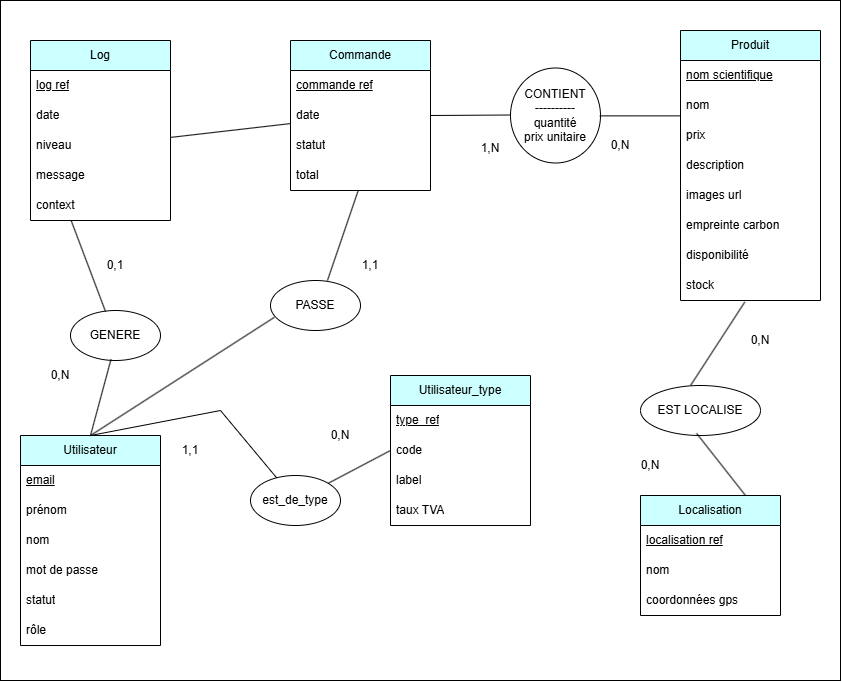
Before: documents/Apothéose/merise/mcd/MCD_GreenRoots.drawio.png, a diagram exported from draw.io (Salyarket/GreenRoots-Conception). Source tidied: cells renumbered, new cells last; positions are measured from the earlier drawing's top-left corner, leaving out a move shared by most shapes.
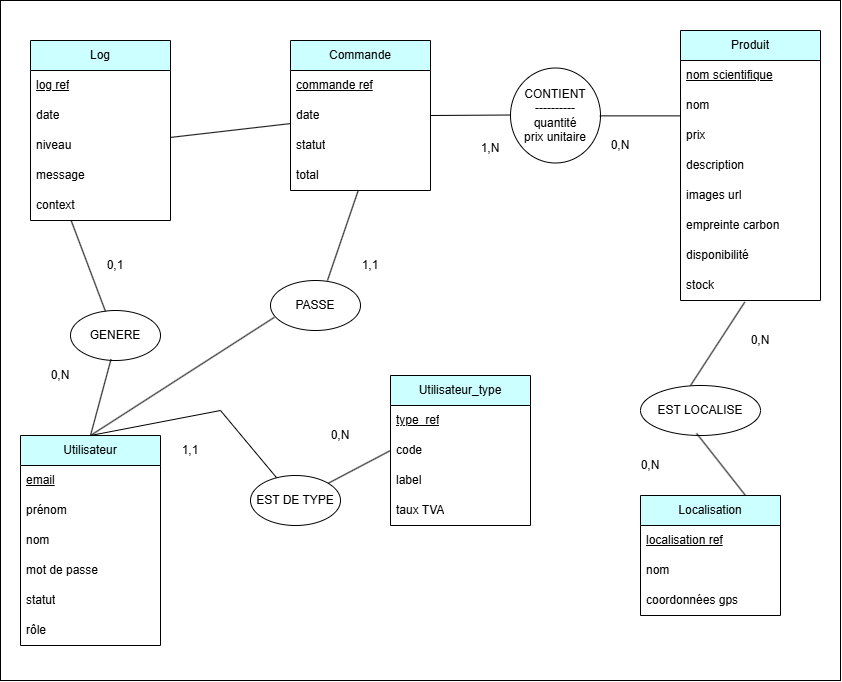
The same file after the commit.

Commit message:
update mcd mld erd + cachier des charges

The edit, as a diff of the source:
```diff
@@ -179,7 +179,7 @@
     <mxCell id="58" style="edgeStyle=none;html=1;rounded=0;curved=0;strokeColor=default;endArrow=none;endFill=0;entryX=0;entryY=0.5;entryDx=0;entryDy=0;" parent="1" edge="1" source="59" target="54">
       <mxGeometry relative="1" as="geometry" />
     </mxCell>
-    <mxCell id="59" value="est_de_type" style="ellipse;whiteSpace=wrap;html=1;" parent="1" vertex="1">
+    <mxCell id="59" value="EST DE TYPE" style="ellipse;whiteSpace=wrap;html=1;" parent="1" vertex="1">
       <mxGeometry x="250" y="475" width="90" height="50" as="geometry" />
     </mxCell>
     <mxCell id="60" value="0,N" style="text;html=1;align=center;verticalAlign=middle;whiteSpace=wrap;rounded=0;" parent="1" vertex="1">
```
